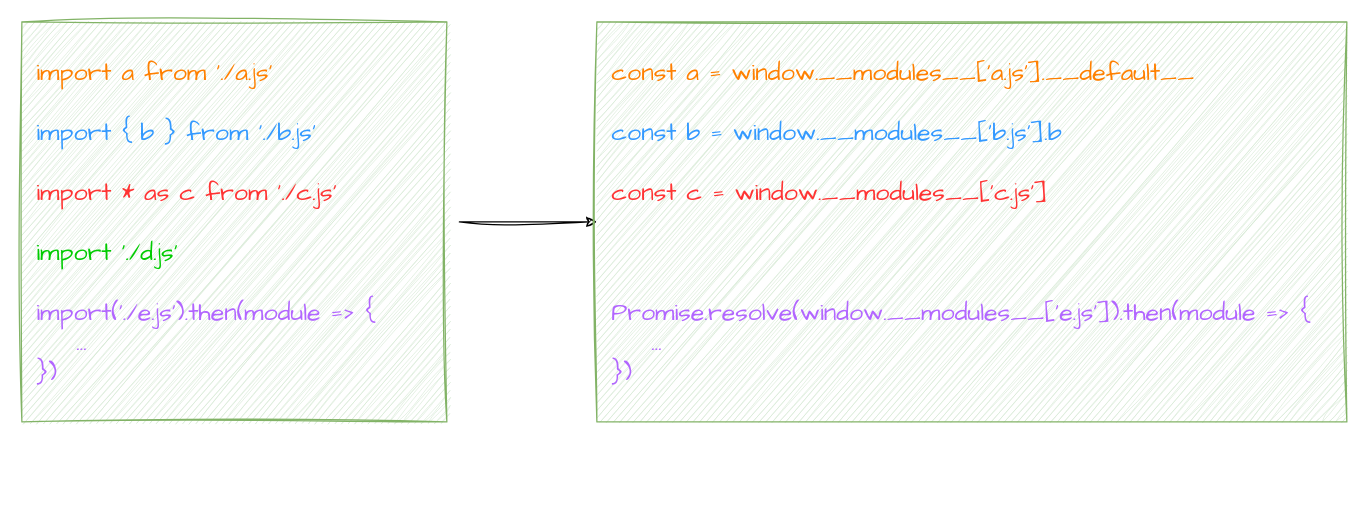
Above: import.drawio in zh-lx/draw.io (draw.io), before the change. Source tidied: cells renumbered, new cells numbered last; positions are measured from the earlier drawing's top-left corner, leaving out a move shared by most shapes. Both pictures are drawn from the tidied source at 125%, with x=0, y=0 at pixel (21, 21).
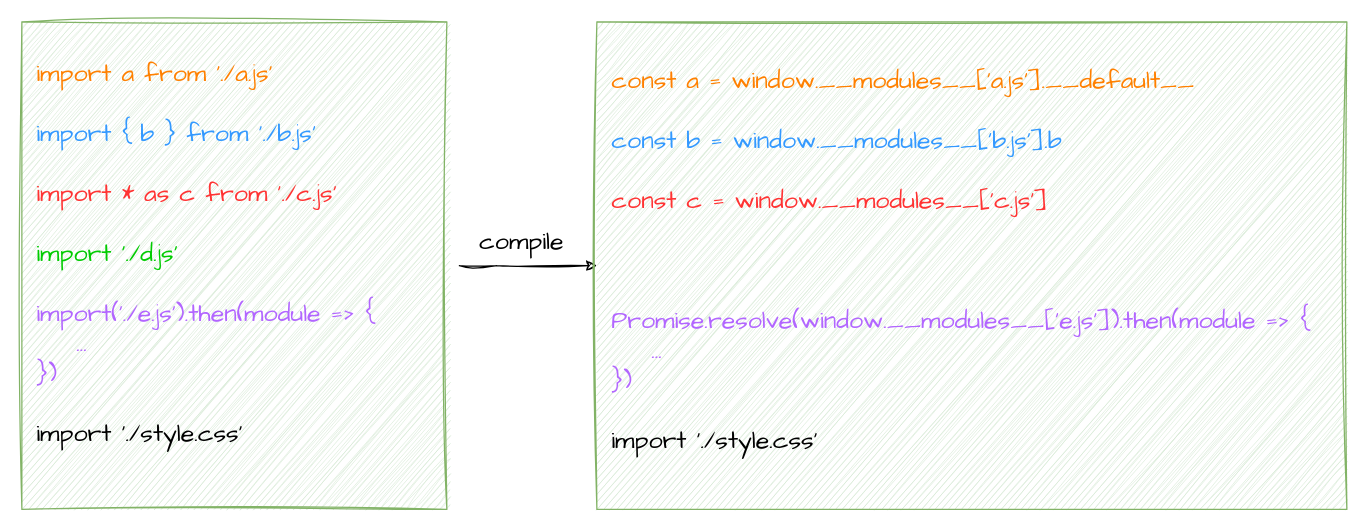
After the change.

Change to the diagram source:
```diff
@@
 <mxGraphModel>
   <root>
     <mxCell id="0" />
     <mxCell id="1" parent="0" />
     <mxCell id="2" style="rounded=0;whiteSpace=wrap;html=1;sketch=1;hachureGap=4;jiggle=2;curveFitting=1;fontFamily=Architects Daughter;fontSize=20;fillColor=#d5e8d4;strokeColor=#82b366;" parent="1" vertex="1">
-      <mxGeometry width="340" height="320" as="geometry" />
+      <mxGeometry width="340" height="390" as="geometry" />
     </mxCell>
-    <mxCell id="3" style="edgeStyle=orthogonalEdgeStyle;rounded=0;sketch=1;hachureGap=4;jiggle=2;curveFitting=1;jettySize=auto;html=1;exitX=1;exitY=0.5;exitDx=0;exitDy=0;entryX=0;entryY=0.5;entryDx=0;entryDy=0;fontFamily=Architects Daughter;fontSize=16;" parent="1" edge="1" source="4" target="5">
-      <mxGeometry relative="1" as="geometry" />
+    <mxCell id="3" style="edgeStyle=orthogonalEdgeStyle;rounded=0;sketch=1;hachureGap=4;jiggle=2;curveFitting=1;jettySize=auto;html=1;entryX=0;entryY=0.5;entryDx=0;entryDy=0;fontFamily=Architects Daughter;fontSize=16;" parent="1" edge="1" source="4" target="5">
+      <mxGeometry relative="1" as="geometry">
+        <Array as="points">
+          <mxPoint x="380" y="195" />
+          <mxPoint x="380" y="195" />
+        </Array>
+      </mxGeometry>
     </mxCell>
-    <mxCell id="4" value="&lt;font face=&quot;Comic Sans MS&quot;&gt;&lt;font color=&quot;#ff8000&quot;&gt;import a from './a.js'&lt;/font&gt;&lt;br&gt;&lt;br&gt;&lt;font color=&quot;#3399ff&quot;&gt;import { b } from './b.js'&lt;/font&gt;&lt;br&gt;&lt;br&gt;&lt;font color=&quot;#ff3333&quot;&gt;import * as c from './c.js'&lt;/font&gt;&lt;br&gt;&lt;br&gt;&lt;font color=&quot;#00cc00&quot;&gt;import './d.js'&lt;br&gt;&lt;/font&gt;&lt;br&gt;&lt;font color=&quot;#b266ff&quot;&gt;import('./e.js').then(module =&amp;gt; {&lt;br&gt;&amp;nbsp; &amp;nbsp; ...&lt;br&gt;})&lt;/font&gt;&lt;br&gt;&lt;/font&gt;" style="text;html=1;strokeColor=none;fillColor=none;align=left;verticalAlign=middle;whiteSpace=wrap;rounded=0;fontSize=20;fontFamily=Architects Daughter;" parent="1" vertex="1">
-      <mxGeometry x="10" y="10" width="340" height="300" as="geometry" />
+    <mxCell id="4" value="&lt;font face=&quot;Comic Sans MS&quot;&gt;&lt;font color=&quot;#ff8000&quot;&gt;import a from './a.js'&lt;/font&gt;&lt;br&gt;&lt;br&gt;&lt;font color=&quot;#3399ff&quot;&gt;import { b } from './b.js'&lt;/font&gt;&lt;br&gt;&lt;br&gt;&lt;font color=&quot;#ff3333&quot;&gt;import * as c from './c.js'&lt;/font&gt;&lt;br&gt;&lt;br&gt;&lt;font color=&quot;#00cc00&quot;&gt;import './d.js'&lt;br&gt;&lt;/font&gt;&lt;br&gt;&lt;font color=&quot;#b266ff&quot;&gt;import('./e.js').then(module =&amp;gt; {&lt;br&gt;&amp;nbsp; &amp;nbsp; ...&lt;br&gt;})&lt;br&gt;&lt;/font&gt;&lt;br&gt;import './style.css'&lt;br&gt;&lt;/font&gt;" style="text;html=1;strokeColor=none;fillColor=none;align=left;verticalAlign=middle;whiteSpace=wrap;rounded=0;fontSize=20;fontFamily=Architects Daughter;" parent="1" vertex="1">
+      <mxGeometry x="10" y="10" width="340" height="350" as="geometry" />
     </mxCell>
     <mxCell id="5" style="rounded=0;whiteSpace=wrap;html=1;sketch=1;hachureGap=4;jiggle=2;curveFitting=1;fontFamily=Architects Daughter;fontSize=20;fillColor=#d5e8d4;strokeColor=#82b366;" parent="1" vertex="1">
-      <mxGeometry x="460" width="600" height="320" as="geometry" />
+      <mxGeometry x="460" width="600" height="390" as="geometry" />
     </mxCell>
-    <mxCell id="6" value="&lt;font face=&quot;Comic Sans MS&quot;&gt;&lt;font color=&quot;#ff8000&quot;&gt;const a = window.__modules__['a.js'].__default__&lt;/font&gt;&lt;br&gt;&lt;br&gt;&lt;font color=&quot;#3399ff&quot;&gt;const b = window.__modules__['b.js'].b&lt;/font&gt;&lt;br&gt;&lt;br&gt;&lt;font color=&quot;#ff3333&quot;&gt;const c = window.__modules__['c.js']&lt;/font&gt;&lt;br&gt;&lt;br&gt;&lt;font color=&quot;#00cc00&quot;&gt;&amp;nbsp;&lt;br&gt;&lt;/font&gt;&lt;br&gt;&lt;font color=&quot;#b266ff&quot;&gt;Promise.resolve(window.__modules__['e.js']).then(module =&amp;gt; {&lt;br&gt;&amp;nbsp; &amp;nbsp; ...&lt;br&gt;})&lt;/font&gt;&lt;br&gt;&lt;/font&gt;" style="text;html=1;strokeColor=none;fillColor=none;align=left;verticalAlign=middle;whiteSpace=wrap;rounded=0;fontSize=20;fontFamily=Architects Daughter;" parent="1" vertex="1">
-      <mxGeometry x="470" y="10" width="580" height="300" as="geometry" />
+    <mxCell id="6" value="&lt;font face=&quot;Comic Sans MS&quot;&gt;&lt;font color=&quot;#ff8000&quot;&gt;const a = window.__modules__['a.js'].__default__&lt;/font&gt;&lt;br&gt;&lt;br&gt;&lt;font color=&quot;#3399ff&quot;&gt;const b = window.__modules__['b.js'].b&lt;/font&gt;&lt;br&gt;&lt;br&gt;&lt;font color=&quot;#ff3333&quot;&gt;const c = window.__modules__['c.js']&lt;/font&gt;&lt;br&gt;&lt;br&gt;&lt;font color=&quot;#00cc00&quot;&gt;&amp;nbsp;&lt;br&gt;&lt;/font&gt;&lt;br&gt;&lt;font color=&quot;#b266ff&quot;&gt;Promise.resolve(window.__modules__['e.js']).then(module =&amp;gt; {&lt;br&gt;&amp;nbsp; &amp;nbsp; ...&lt;br&gt;})&lt;br&gt;&lt;/font&gt;&lt;br&gt;import './style.css'&lt;br&gt;&lt;/font&gt;" style="text;html=1;strokeColor=none;fillColor=none;align=left;verticalAlign=middle;whiteSpace=wrap;rounded=0;fontSize=20;fontFamily=Architects Daughter;" parent="1" vertex="1">
+      <mxGeometry x="470" y="10" width="580" height="360" as="geometry" />
     </mxCell>
+    <mxCell id="7" value="&lt;font face=&quot;Comic Sans MS&quot;&gt;compile&lt;/font&gt;" style="text;html=1;strokeColor=none;fillColor=none;align=center;verticalAlign=middle;whiteSpace=wrap;rounded=0;fontSize=20;fontFamily=Architects Daughter;" parent="1" vertex="1">
+      <mxGeometry x="370" y="160" width="60" height="30" as="geometry" />
+    </mxCell>
   </root>
 </mxGraphModel>
```
